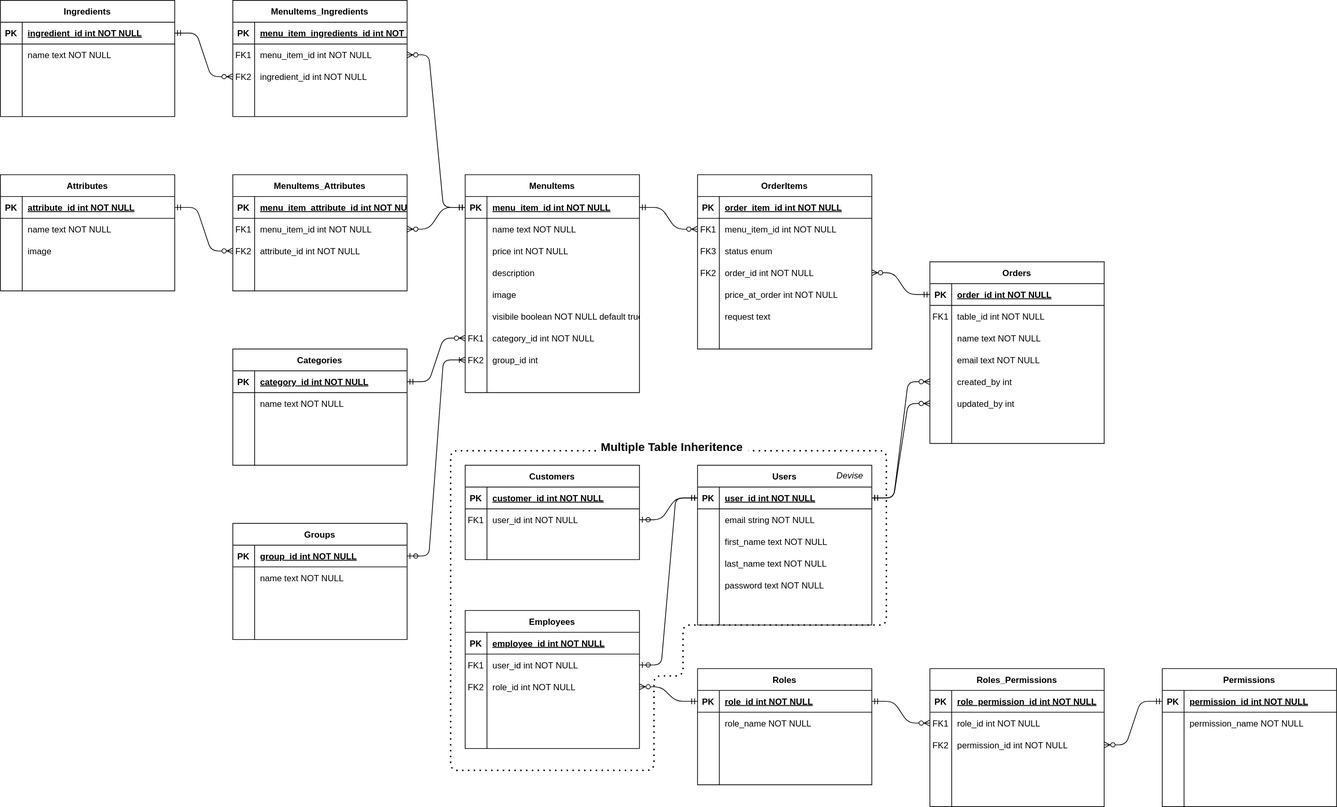
Before: entity_relationship_diagram/entity relationship diagram.drawio.svg, a diagram exported from draw.io (korayleigh/t3a2-b-docs). Source tidied: cells renumbered, new cells last; positions are measured from the earlier drawing's top-left corner, leaving out a move shared by most shapes.
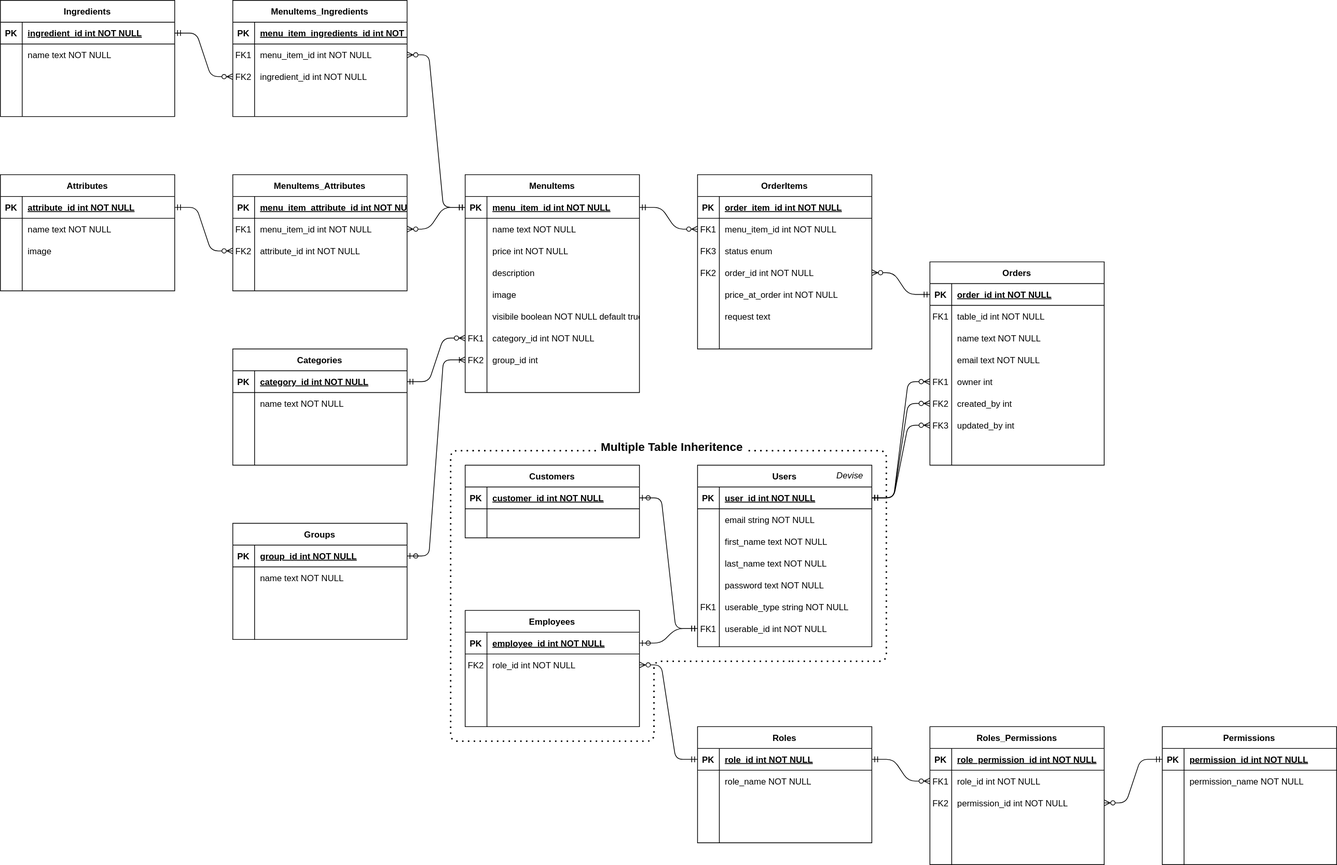
Later version of the same file.

What changed in the source:
```diff
@@ -3,7 +3,7 @@
     <mxCell id="0" />
     <mxCell id="1" parent="0" />
     <mxCell id="2" value="Orders" style="shape=table;startSize=30;rowLines=0;fontStyle=1;align=center;" parent="1" vertex="1">
-      <mxGeometry x="1280" y="360" width="240" height="250" as="geometry" />
+      <mxGeometry x="1280" y="360" width="240" height="280" as="geometry" />
     </mxCell>
     <mxCell id="3" style="shape=partialRectangle;fillColor=none;points=[[0,0.5],[1,0.5]];portConstraint=eastwest;top=0;left=0;right=0;bottom=1;" parent="2" vertex="1">
       <mxGeometry y="30" width="240" height="30" as="geometry" />
@@ -41,19 +41,28 @@
     <mxCell id="14" value="email text NOT NULL" style="shape=partialRectangle;overflow=hidden;fillColor=none;top=0;left=0;bottom=0;right=0;align=left;spacingLeft=6;" parent="12" vertex="1">
       <mxGeometry x="30" width="210" height="30" as="geometry" />
     </mxCell>
+    <mxCell id="255" style="shape=partialRectangle;fillColor=none;points=[[0,0.5],[1,0.5]];portConstraint=eastwest;top=0;left=0;right=0;bottom=0;" parent="2" vertex="1">
+      <mxGeometry y="150" width="240" height="30" as="geometry" />
+    </mxCell>
+    <mxCell id="256" value="FK1" style="shape=partialRectangle;overflow=hidden;fillColor=none;top=0;left=0;bottom=0;right=0;" parent="255" vertex="1">
+      <mxGeometry width="30" height="30" as="geometry" />
+    </mxCell>
+    <mxCell id="257" value="owner int" style="shape=partialRectangle;overflow=hidden;fillColor=none;top=0;left=0;bottom=0;right=0;align=left;spacingLeft=6;" parent="255" vertex="1">
+      <mxGeometry x="30" width="210" height="30" as="geometry" />
+    </mxCell>
     <mxCell id="15" style="shape=partialRectangle;fillColor=none;points=[[0,0.5],[1,0.5]];portConstraint=eastwest;top=0;left=0;right=0;bottom=0;" parent="2" vertex="1">
-      <mxGeometry y="150" width="240" height="30" as="geometry" />
+      <mxGeometry y="180" width="240" height="30" as="geometry" />
     </mxCell>
-    <mxCell id="16" style="shape=partialRectangle;overflow=hidden;fillColor=none;top=0;left=0;bottom=0;right=0;" parent="15" vertex="1">
+    <mxCell id="16" value="FK2" style="shape=partialRectangle;overflow=hidden;fillColor=none;top=0;left=0;bottom=0;right=0;" parent="15" vertex="1">
       <mxGeometry width="30" height="30" as="geometry" />
     </mxCell>
     <mxCell id="17" value="created_by int" style="shape=partialRectangle;overflow=hidden;fillColor=none;top=0;left=0;bottom=0;right=0;align=left;spacingLeft=6;" parent="15" vertex="1">
       <mxGeometry x="30" width="210" height="30" as="geometry" />
     </mxCell>
     <mxCell id="18" style="shape=partialRectangle;fillColor=none;points=[[0,0.5],[1,0.5]];portConstraint=eastwest;top=0;left=0;right=0;bottom=0;" parent="2" vertex="1">
-      <mxGeometry y="180" width="240" height="30" as="geometry" />
+      <mxGeometry y="210" width="240" height="30" as="geometry" />
     </mxCell>
-    <mxCell id="19" style="shape=partialRectangle;overflow=hidden;fillColor=none;top=0;left=0;bottom=0;right=0;" parent="18" vertex="1">
+    <mxCell id="19" value="FK3" style="shape=partialRectangle;overflow=hidden;fillColor=none;top=0;left=0;bottom=0;right=0;" parent="18" vertex="1">
       <mxGeometry width="30" height="30" as="geometry" />
     </mxCell>
     <mxCell id="20" value="updated_by int" style="shape=partialRectangle;overflow=hidden;fillColor=none;top=0;left=0;bottom=0;right=0;align=left;spacingLeft=6;" parent="18" vertex="1">
@@ -135,7 +144,7 @@
       <mxGeometry x="30" width="210" height="30" as="geometry" />
     </mxCell>
     <mxCell id="46" value="Users" style="shape=table;startSize=30;rowLines=0;fontStyle=1;align=center;" parent="1" vertex="1">
-      <mxGeometry x="960" y="640" width="240" height="220" as="geometry" />
+      <mxGeometry x="960" y="640" width="240" height="250" as="geometry" />
     </mxCell>
     <mxCell id="47" style="shape=partialRectangle;fillColor=none;points=[[0,0.5],[1,0.5]];portConstraint=eastwest;top=0;left=0;right=0;bottom=1;" parent="46" vertex="1">
       <mxGeometry y="30" width="240" height="30" as="geometry" />
@@ -185,14 +194,23 @@
     <mxCell id="62" style="shape=partialRectangle;fillColor=none;top=0;left=0;right=0;bottom=0;" parent="46" vertex="1">
       <mxGeometry y="180" width="240" height="30" as="geometry" />
     </mxCell>
-    <mxCell id="63" style="shape=partialRectangle;overflow=hidden;fillColor=none;top=0;left=0;bottom=0;right=0;" parent="62" vertex="1">
-      <mxGeometry width="30" height="30" as="geometry" />
-    </mxCell>
-    <mxCell id="64" style="shape=partialRectangle;overflow=hidden;fillColor=none;top=0;left=0;bottom=0;right=0;align=left;spacingLeft=6;" parent="62" vertex="1">
-      <mxGeometry x="30" width="210" height="30" as="geometry" />
-    </mxCell>
+    <mxCell id="258" value="FK1" style="shape=partialRectangle;overflow=hidden;fillColor=none;top=0;left=0;bottom=0;right=0;" parent="62" vertex="1">
+      <mxGeometry width="30" height="30" as="geometry" />
+    </mxCell>
+    <mxCell id="259" value="userable_type string NOT NULL" style="shape=partialRectangle;overflow=hidden;fillColor=none;top=0;left=0;bottom=0;right=0;align=left;spacingLeft=6;" parent="62" vertex="1">
+      <mxGeometry x="30" width="210" height="30" as="geometry" />
+    </mxCell>
+    <mxCell id="260" style="shape=partialRectangle;fillColor=none;points=[[0,0.5],[1,0.5]];portConstraint=eastwest;top=0;left=0;right=0;bottom=0;" parent="46" vertex="1">
+      <mxGeometry y="210" width="240" height="30" as="geometry" />
+    </mxCell>
+    <mxCell id="261" value="FK1" style="shape=partialRectangle;overflow=hidden;fillColor=none;top=0;left=0;bottom=0;right=0;" parent="260" vertex="1">
+      <mxGeometry width="30" height="30" as="geometry" />
+    </mxCell>
+    <mxCell id="262" value="userable_id int NOT NULL" style="shape=partialRectangle;overflow=hidden;fillColor=none;top=0;left=0;bottom=0;right=0;align=left;spacingLeft=6;" parent="260" vertex="1">
+      <mxGeometry x="30" width="210" height="30" as="geometry" />
+    </mxCell>
     <mxCell id="65" value="Roles" style="shape=table;startSize=30;rowLines=0;fontStyle=1;align=center;" parent="1" vertex="1">
-      <mxGeometry x="960" y="920" width="240" height="160" as="geometry" />
+      <mxGeometry x="960" y="1000" width="240" height="160" as="geometry" />
     </mxCell>
     <mxCell id="66" style="shape=partialRectangle;fillColor=none;points=[[0,0.5],[1,0.5]];portConstraint=eastwest;top=0;left=0;right=0;bottom=1;" parent="65" vertex="1">
       <mxGeometry y="30" width="240" height="30" as="geometry" />
@@ -306,7 +324,7 @@
       <mxGeometry relative="1" as="geometry" />
     </mxCell>
     <mxCell id="103" value="Permissions" style="shape=table;startSize=30;rowLines=0;fontStyle=1;align=center;" parent="1" vertex="1">
-      <mxGeometry x="1600" y="920" width="240" height="190" as="geometry" />
+      <mxGeometry x="1600" y="1000" width="240" height="190" as="geometry" />
     </mxCell>
     <mxCell id="104" style="shape=partialRectangle;fillColor=none;points=[[0,0.5],[1,0.5]];portConstraint=eastwest;top=0;left=0;right=0;bottom=1;" parent="103" vertex="1">
       <mxGeometry y="30" width="240" height="30" as="geometry" />
@@ -357,7 +375,7 @@
       <mxGeometry relative="1" as="geometry" />
     </mxCell>
     <mxCell id="120" value="Roles_Permissions" style="shape=table;startSize=30;rowLines=0;fontStyle=1;align=center;" parent="1" vertex="1">
-      <mxGeometry x="1280" y="920" width="240" height="190" as="geometry" />
+      <mxGeometry x="1280" y="1000" width="240" height="190" as="geometry" />
     </mxCell>
     <mxCell id="121" style="shape=partialRectangle;fillColor=none;top=0;left=0;right=0;bottom=1;" parent="120" vertex="1">
       <mxGeometry y="30" width="240" height="30" as="geometry" />
@@ -660,7 +678,7 @@
       <mxGeometry relative="1" as="geometry" />
     </mxCell>
     <mxCell id="221" value="Customers" style="shape=table;startSize=30;rowLines=0;fontStyle=1;align=center;" parent="1" vertex="1">
-      <mxGeometry x="640" y="640" width="240" height="130" as="geometry" />
+      <mxGeometry x="640" y="640" width="240" height="100" as="geometry" />
     </mxCell>
     <mxCell id="222" style="shape=partialRectangle;fillColor=none;points=[[0,0.5],[1,0.5]];portConstraint=eastwest;top=0;left=0;right=0;bottom=1;" parent="221" vertex="1">
       <mxGeometry y="30" width="240" height="30" as="geometry" />
@@ -671,17 +689,8 @@
     <mxCell id="224" value="customer_id int NOT NULL " style="shape=partialRectangle;overflow=hidden;fillColor=none;top=0;left=0;bottom=0;right=0;align=left;spacingLeft=6;fontStyle=5;" parent="222" vertex="1">
       <mxGeometry x="30" width="210" height="30" as="geometry" />
     </mxCell>
-    <mxCell id="225" style="shape=partialRectangle;fillColor=none;points=[[0,0.5],[1,0.5]];portConstraint=eastwest;top=0;left=0;right=0;bottom=0;" parent="221" vertex="1">
-      <mxGeometry y="60" width="240" height="30" as="geometry" />
-    </mxCell>
-    <mxCell id="226" value="FK1" style="shape=partialRectangle;overflow=hidden;fillColor=none;top=0;left=0;bottom=0;right=0;" parent="225" vertex="1">
-      <mxGeometry width="30" height="30" as="geometry" />
-    </mxCell>
-    <mxCell id="227" value="user_id int NOT NULL" style="shape=partialRectangle;overflow=hidden;fillColor=none;top=0;left=0;bottom=0;right=0;align=left;spacingLeft=6;" parent="225" vertex="1">
-      <mxGeometry x="30" width="210" height="30" as="geometry" />
-    </mxCell>
     <mxCell id="228" style="shape=partialRectangle;fillColor=none;top=0;left=0;right=0;bottom=0;" parent="221" vertex="1">
-      <mxGeometry y="90" width="240" height="30" as="geometry" />
+      <mxGeometry y="60" width="240" height="30" as="geometry" />
     </mxCell>
     <mxCell id="229" style="shape=partialRectangle;overflow=hidden;fillColor=none;top=0;left=0;bottom=0;right=0;" parent="228" vertex="1">
       <mxGeometry width="30" height="30" as="geometry" />
@@ -692,14 +701,11 @@
     <mxCell id="231" style="edgeStyle=entityRelationEdgeStyle;fontSize=12;html=1;endArrow=ERzeroToMany;startArrow=ERmandOne;rounded=1;exitX=1;exitY=0.5;exitDx=0;exitDy=0;entryX=0;entryY=0.5;entryDx=0;entryDy=0;" parent="1" edge="1" source="47" target="15">
       <mxGeometry relative="1" as="geometry" />
     </mxCell>
-    <mxCell id="232" style="edgeStyle=entityRelationEdgeStyle;fontSize=12;html=1;endArrow=ERzeroToOne;startArrow=ERmandOne;rounded=1;entryX=1;entryY=0.5;entryDx=0;entryDy=0;endFill=0;" parent="1" edge="1" source="47" target="225">
-      <mxGeometry relative="1" as="geometry" />
-    </mxCell>
     <mxCell id="233" style="edgeStyle=entityRelationEdgeStyle;fontSize=12;html=1;endArrow=ERzeroToMany;startArrow=ERmandOne;rounded=1;exitX=1;exitY=0.5;exitDx=0;exitDy=0;entryX=0;entryY=0.5;entryDx=0;entryDy=0;" parent="1" edge="1" source="47" target="18">
       <mxGeometry relative="1" as="geometry" />
     </mxCell>
     <mxCell id="234" value="Employees" style="shape=table;startSize=30;rowLines=0;fontStyle=1;align=center;" parent="1" vertex="1">
-      <mxGeometry x="640" y="840" width="240" height="190" as="geometry" />
+      <mxGeometry x="640" y="840" width="240" height="160" as="geometry" />
     </mxCell>
     <mxCell id="235" style="shape=partialRectangle;fillColor=none;points=[[0,0.5],[1,0.5]];portConstraint=eastwest;top=0;left=0;right=0;bottom=1;" parent="234" vertex="1">
       <mxGeometry y="30" width="240" height="30" as="geometry" />
@@ -710,17 +716,8 @@
     <mxCell id="237" value="employee_id int NOT NULL " style="shape=partialRectangle;overflow=hidden;fillColor=none;top=0;left=0;bottom=0;right=0;align=left;spacingLeft=6;fontStyle=5;" parent="235" vertex="1">
       <mxGeometry x="30" width="210" height="30" as="geometry" />
     </mxCell>
-    <mxCell id="238" style="shape=partialRectangle;fillColor=none;points=[[0,0.5],[1,0.5]];portConstraint=eastwest;top=0;left=0;right=0;bottom=0;" parent="234" vertex="1">
-      <mxGeometry y="60" width="240" height="30" as="geometry" />
-    </mxCell>
-    <mxCell id="239" value="FK1" style="shape=partialRectangle;overflow=hidden;fillColor=none;top=0;left=0;bottom=0;right=0;" parent="238" vertex="1">
-      <mxGeometry width="30" height="30" as="geometry" />
-    </mxCell>
-    <mxCell id="240" value="user_id int NOT NULL" style="shape=partialRectangle;overflow=hidden;fillColor=none;top=0;left=0;bottom=0;right=0;align=left;spacingLeft=6;" parent="238" vertex="1">
-      <mxGeometry x="30" width="210" height="30" as="geometry" />
-    </mxCell>
     <mxCell id="241" style="shape=partialRectangle;fillColor=none;points=[[0,0.5],[1,0.5]];portConstraint=eastwest;top=0;left=0;right=0;bottom=0;" parent="234" vertex="1">
-      <mxGeometry y="90" width="240" height="30" as="geometry" />
+      <mxGeometry y="60" width="240" height="30" as="geometry" />
     </mxCell>
     <mxCell id="242" value="FK2" style="shape=partialRectangle;overflow=hidden;fillColor=none;top=0;left=0;bottom=0;right=0;" parent="241" vertex="1">
       <mxGeometry width="30" height="30" as="geometry" />
@@ -729,7 +726,7 @@
       <mxGeometry x="30" width="210" height="30" as="geometry" />
     </mxCell>
     <mxCell id="244" style="shape=partialRectangle;fillColor=none;top=0;left=0;right=0;bottom=0;" parent="234" vertex="1">
-      <mxGeometry y="120" width="240" height="30" as="geometry" />
+      <mxGeometry y="90" width="240" height="30" as="geometry" />
     </mxCell>
     <mxCell id="245" style="shape=partialRectangle;overflow=hidden;fillColor=none;top=0;left=0;bottom=0;right=0;" parent="244" vertex="1">
       <mxGeometry width="30" height="30" as="geometry" />
@@ -738,7 +735,7 @@
       <mxGeometry x="30" width="210" height="30" as="geometry" />
     </mxCell>
     <mxCell id="247" style="shape=partialRectangle;fillColor=none;top=0;left=0;right=0;bottom=0;" parent="234" vertex="1">
-      <mxGeometry y="150" width="240" height="30" as="geometry" />
+      <mxGeometry y="120" width="240" height="30" as="geometry" />
     </mxCell>
     <mxCell id="248" style="shape=partialRectangle;overflow=hidden;fillColor=none;top=0;left=0;bottom=0;right=0;" parent="247" vertex="1">
       <mxGeometry width="30" height="30" as="geometry" />
@@ -746,19 +743,14 @@
     <mxCell id="249" style="shape=partialRectangle;overflow=hidden;fillColor=none;top=0;left=0;bottom=0;right=0;align=left;spacingLeft=6;" parent="247" vertex="1">
       <mxGeometry x="30" width="210" height="30" as="geometry" />
     </mxCell>
-    <mxCell id="250" style="edgeStyle=entityRelationEdgeStyle;fontSize=12;html=1;endArrow=ERzeroToOne;startArrow=ERmandOne;rounded=1;entryX=1;entryY=0.5;entryDx=0;entryDy=0;endFill=0;exitX=0;exitY=0.5;exitDx=0;exitDy=0;" parent="1" edge="1" source="47" target="238">
-      <mxGeometry relative="1" as="geometry" />
-    </mxCell>
     <mxCell id="251" style="endArrow=none;dashed=1;html=1;dashPattern=1 3;strokeWidth=2;rounded=1;edgeStyle=orthogonalEdgeStyle;startArrow=none;" parent="1" edge="1" source="252">
       <mxGeometry relative="1" as="geometry">
-        <mxPoint x="1090" y="860" as="targetPoint" />
+        <mxPoint x="1090" y="910" as="targetPoint" />
         <Array as="points">
           <mxPoint x="620" y="620" />
-          <mxPoint x="620" y="1060" />
-          <mxPoint x="900" y="1060" />
-          <mxPoint x="900" y="930" />
-          <mxPoint x="940" y="930" />
-          <mxPoint x="940" y="860" />
+          <mxPoint x="620" y="1020" />
+          <mxPoint x="900" y="1020" />
+          <mxPoint x="900" y="910" />
         </Array>
       </mxGeometry>
     </mxCell>
@@ -767,9 +759,9 @@
     </mxCell>
     <mxCell id="253" style="endArrow=none;dashed=1;html=1;dashPattern=1 3;strokeWidth=2;rounded=1;edgeStyle=orthogonalEdgeStyle;" parent="1" edge="1" target="252">
       <mxGeometry relative="1" as="geometry">
-        <mxPoint x="1090" y="860" as="sourcePoint" />
+        <mxPoint x="1090" y="910" as="sourcePoint" />
         <Array as="points">
-          <mxPoint x="1220" y="860" />
+          <mxPoint x="1220" y="910" />
           <mxPoint x="1220" y="620" />
         </Array>
       </mxGeometry>
@@ -777,5 +769,14 @@
     <mxCell id="254" value="Devise" style="text;html=1;strokeColor=none;fillColor=none;align=center;verticalAlign=middle;whiteSpace=wrap;rounded=0;labelBackgroundColor=none;fontSize=12;fontColor=default;fontStyle=2;" parent="1" vertex="1">
       <mxGeometry x="1140" y="640" width="60" height="30" as="geometry" />
     </mxCell>
+    <mxCell id="263" style="edgeStyle=entityRelationEdgeStyle;fontSize=12;html=1;endArrow=ERzeroToOne;startArrow=ERmandOne;rounded=1;exitX=0;exitY=0.5;exitDx=0;exitDy=0;endFill=0;" parent="1" edge="1" source="260" target="222">
+      <mxGeometry relative="1" as="geometry" />
+    </mxCell>
+    <mxCell id="264" style="edgeStyle=entityRelationEdgeStyle;fontSize=12;html=1;endArrow=ERzeroToOne;startArrow=ERmandOne;rounded=1;exitX=0;exitY=0.5;exitDx=0;exitDy=0;entryX=1;entryY=0.5;entryDx=0;entryDy=0;endFill=0;" parent="1" edge="1" source="260" target="235">
+      <mxGeometry relative="1" as="geometry" />
+    </mxCell>
+    <mxCell id="265" style="edgeStyle=entityRelationEdgeStyle;fontSize=12;html=1;endArrow=ERzeroToMany;startArrow=ERmandOne;rounded=1;exitX=1;exitY=0.5;exitDx=0;exitDy=0;entryX=0;entryY=0.5;entryDx=0;entryDy=0;" parent="1" edge="1" source="47" target="255">
+      <mxGeometry relative="1" as="geometry" />
+    </mxCell>
   </root>
 </mxGraphModel>
```
